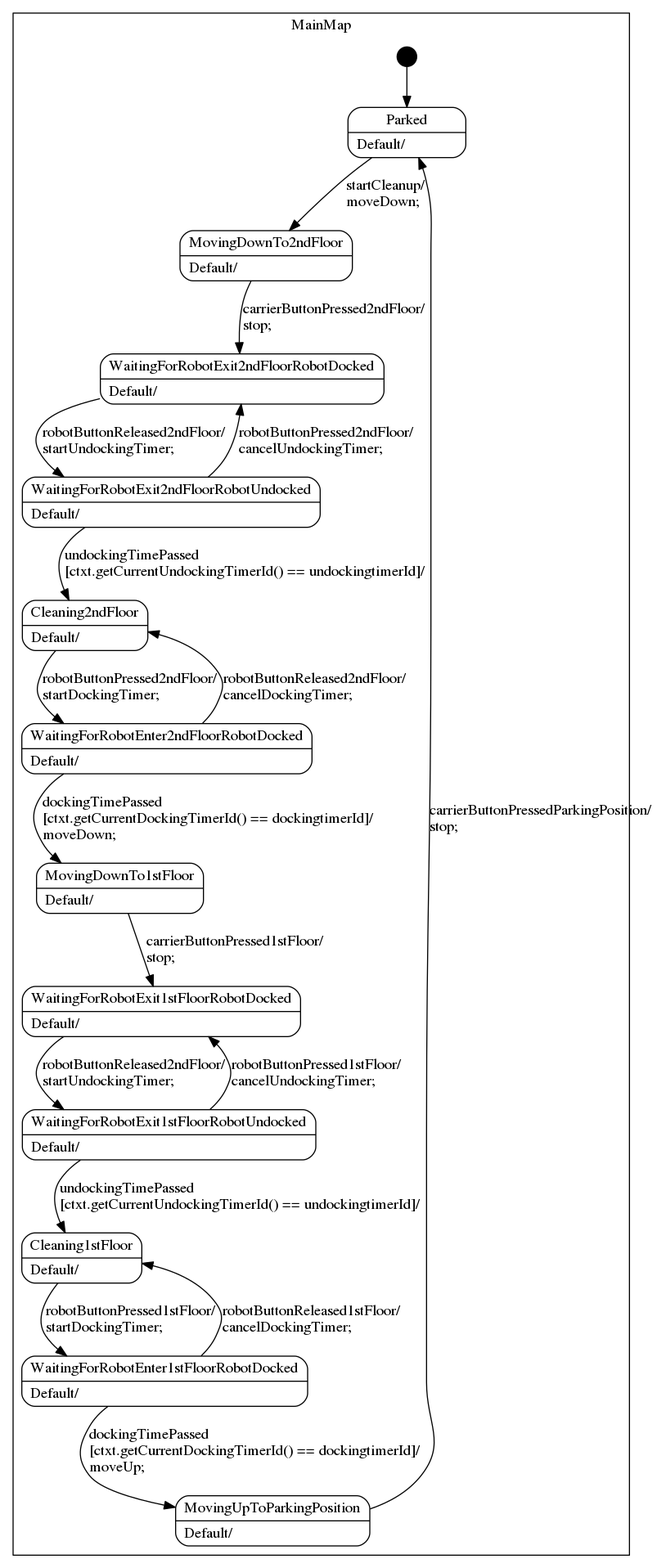
The Graphviz diagram src/statemachine/RobotelevatorStatemachine_sm.png in KarlKulator/Robotelevator, before a commit. Its source is kept beside it as src/statemachine/RobotelevatorStatemachine_sm.dot. Its diagram source:
```dot
digraph RobotelevatorStatemachine {

    node
        [shape=Mrecord width=1.5];

    subgraph cluster_MainMap {

        label="MainMap";


        "MainMap::Parked"
            [label="{Parked|Default/\l}"];

        "MainMap::MovingDownTo2ndFloor"
            [label="{MovingDownTo2ndFloor|Default/\l}"];

        "MainMap::WaitingForRobotExit2ndFloorRobotDocked"
            [label="{WaitingForRobotExit2ndFloorRobotDocked|Default/\l}"];

        "MainMap::WaitingForRobotExit2ndFloorRobotUndocked"
            [label="{WaitingForRobotExit2ndFloorRobotUndocked|Default/\l}"];

        "MainMap::Cleaning2ndFloor"
            [label="{Cleaning2ndFloor|Default/\l}"];

        "MainMap::WaitingForRobotEnter2ndFloorRobotDocked"
            [label="{WaitingForRobotEnter2ndFloorRobotDocked|Default/\l}"];

        "MainMap::MovingDownTo1stFloor"
            [label="{MovingDownTo1stFloor|Default/\l}"];

        "MainMap::WaitingForRobotExit1stFloorRobotDocked"
            [label="{WaitingForRobotExit1stFloorRobotDocked|Default/\l}"];

        "MainMap::WaitingForRobotExit1stFloorRobotUndocked"
            [label="{WaitingForRobotExit1stFloorRobotUndocked|Default/\l}"];

        "MainMap::Cleaning1stFloor"
            [label="{Cleaning1stFloor|Default/\l}"];

        "MainMap::WaitingForRobotEnter1stFloorRobotDocked"
            [label="{WaitingForRobotEnter1stFloorRobotDocked|Default/\l}"];

        "MainMap::MovingUpToParkingPosition"
            [label="{MovingUpToParkingPosition|Default/\l}"];

        "%start"
            [label="" shape=circle style=filled fillcolor=black width=0.25];

    }


    "MainMap::Parked" -> "MainMap::MovingDownTo2ndFloor"
        [label="startCleanup/\lmoveDown;\l"];

    "MainMap::MovingDownTo2ndFloor" -> "MainMap::WaitingForRobotExit2ndFloorRobotDocked"
        [label="carrierButtonPressed2ndFloor/\lstop;\l"];

    "MainMap::WaitingForRobotExit2ndFloorRobotDocked" -> "MainMap::WaitingForRobotExit2ndFloorRobotUndocked"
        [label="robotButtonReleased2ndFloor/\lstartUndockingTimer;\l"];

    "MainMap::WaitingForRobotExit2ndFloorRobotUndocked" -> "MainMap::Cleaning2ndFloor"
        [label="undockingTimePassed\l\[ctxt.getCurrentUndockingTimerId() == undockingtimerId\]/\l"];

    "MainMap::WaitingForRobotExit2ndFloorRobotUndocked" -> "MainMap::WaitingForRobotExit2ndFloorRobotDocked"
        [label="robotButtonPressed2ndFloor/\lcancelUndockingTimer;\l"];

    "MainMap::Cleaning2ndFloor" -> "MainMap::WaitingForRobotEnter2ndFloorRobotDocked"
        [label="robotButtonPressed2ndFloor/\lstartDockingTimer;\l"];

    "MainMap::WaitingForRobotEnter2ndFloorRobotDocked" -> "MainMap::MovingDownTo1stFloor"
        [label="dockingTimePassed\l\[ctxt.getCurrentDockingTimerId() == dockingtimerId\]/\lmoveDown;\l"];

    "MainMap::WaitingForRobotEnter2ndFloorRobotDocked" -> "MainMap::Cleaning2ndFloor"
        [label="robotButtonReleased2ndFloor/\lcancelDockingTimer;\l"];

    "MainMap::MovingDownTo1stFloor" -> "MainMap::WaitingForRobotExit1stFloorRobotDocked"
        [label="carrierButtonPressed1stFloor/\lstop;\l"];

    "MainMap::WaitingForRobotExit1stFloorRobotDocked" -> "MainMap::WaitingForRobotExit1stFloorRobotUndocked"
        [label="robotButtonReleased2ndFloor/\lstartUndockingTimer;\l"];

    "MainMap::WaitingForRobotExit1stFloorRobotUndocked" -> "MainMap::Cleaning1stFloor"
        [label="undockingTimePassed\l\[ctxt.getCurrentUndockingTimerId() == undockingtimerId\]/\l"];

    "MainMap::WaitingForRobotExit1stFloorRobotUndocked" -> "MainMap::WaitingForRobotExit1stFloorRobotDocked"
        [label="robotButtonPressed1stFloor/\lcancelUndockingTimer;\l"];

    "MainMap::Cleaning1stFloor" -> "MainMap::WaitingForRobotEnter1stFloorRobotDocked"
        [label="robotButtonPressed1stFloor/\lstartDockingTimer;\l"];

    "MainMap::WaitingForRobotEnter1stFloorRobotDocked" -> "MainMap::MovingUpToParkingPosition"
        [label="dockingTimePassed\l\[ctxt.getCurrentDockingTimerId() == dockingtimerId\]/\lmoveUp;\l"];

    "MainMap::WaitingForRobotEnter1stFloorRobotDocked" -> "MainMap::Cleaning1stFloor"
        [label="robotButtonReleased1stFloor/\lcancelDockingTimer;\l"];

    "MainMap::MovingUpToParkingPosition" -> "MainMap::Parked"
        [label="carrierButtonPressedParkingPosition/\lstop;\l"];

    "%start" -> "MainMap::Parked"

}
```
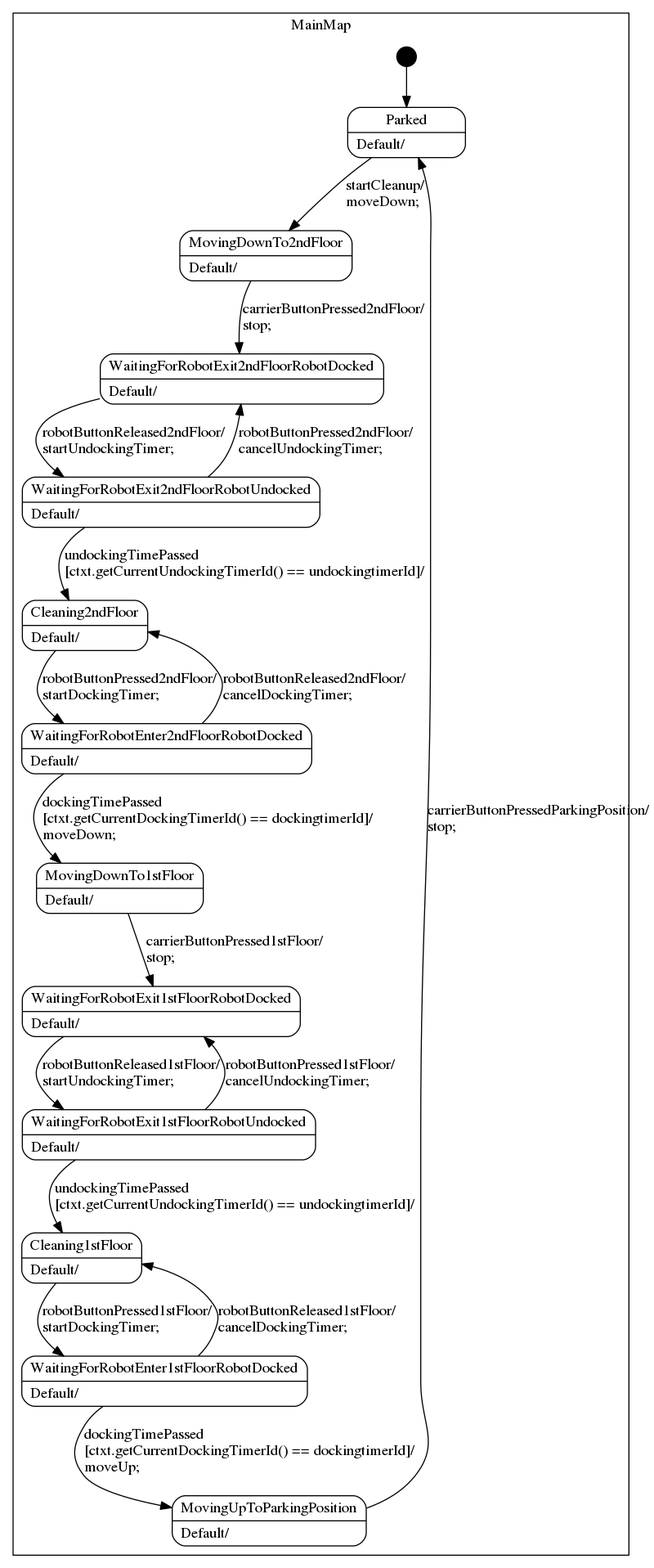
After the change.

Commit message:
Changed new fsm graph file

The edit, as a diff of the source:
```diff
@@ -78,7 +78,7 @@
         [label="carrierButtonPressed1stFloor/\lstop;\l"];
 
     "MainMap::WaitingForRobotExit1stFloorRobotDocked" -> "MainMap::WaitingForRobotExit1stFloorRobotUndocked"
-        [label="robotButtonReleased2ndFloor/\lstartUndockingTimer;\l"];
+        [label="robotButtonReleased1stFloor/\lstartUndockingTimer;\l"];
 
     "MainMap::WaitingForRobotExit1stFloorRobotUndocked" -> "MainMap::Cleaning1stFloor"
         [label="undockingTimePassed\l\[ctxt.getCurrentUndockingTimerId() == undockingtimerId\]/\l"];
```
